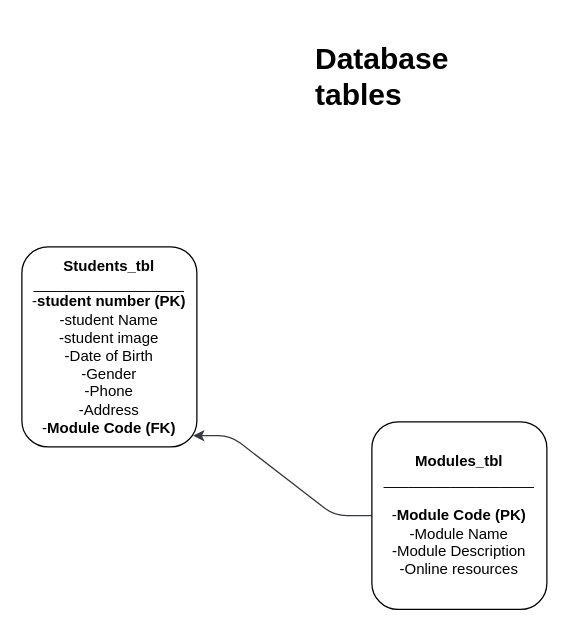
This is Student Management App.drawio from visionaryvjae/Student-Management-Application, a draw.io file, before an edit. Source tidied: cells renumbered, new cells numbered last; positions are measured from the earlier drawing's top-left corner, leaving out a move shared by most shapes. Both pictures are drawn from the tidied source at 125%, with x=0, y=0 at pixel (21, 34).
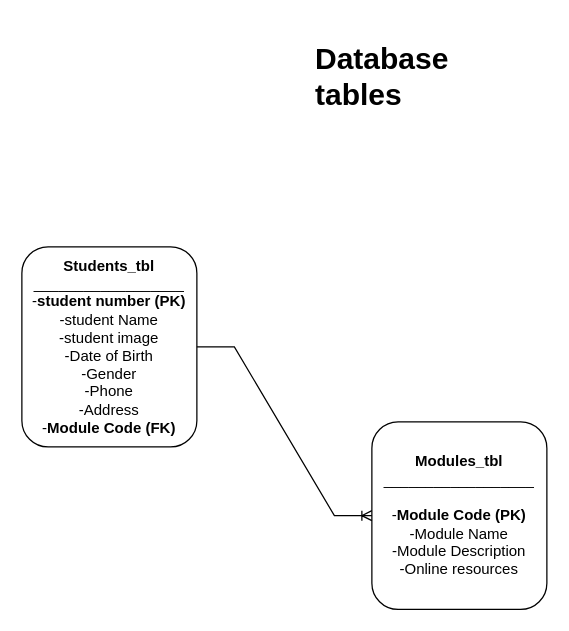
The same diagram, later.

Change to the diagram source:
```diff
@@
 <mxGraphModel>
   <root>
     <mxCell id="0" />
     <mxCell id="1" parent="0" />
     <mxCell id="2" value="&lt;h1&gt;Database tables&lt;/h1&gt;" style="text;html=1;strokeColor=none;fillColor=none;spacing=5;spacingTop=-20;whiteSpace=wrap;overflow=hidden;rounded=0;" parent="1" vertex="1">
       <mxGeometry x="230" width="190" height="120" as="geometry" />
     </mxCell>
     <mxCell id="3" value="&lt;b&gt;Students_tbl&lt;/b&gt;&lt;br&gt;__________________&lt;br&gt;-&lt;b&gt;student number (PK)&lt;/b&gt;&lt;br&gt;-student Name&lt;br&gt;-student image&lt;br&gt;-Date of Birth&lt;br&gt;-Gender&lt;br&gt;-Phone&lt;br&gt;-Address&lt;br&gt;-&lt;b&gt;Module Code (FK)&lt;/b&gt;" style="rounded=1;whiteSpace=wrap;html=1;" parent="1" vertex="1">
       <mxGeometry y="170" width="140" height="160" as="geometry" />
     </mxCell>
-    <mxCell id="4" style="edgeStyle=entityRelationEdgeStyle;rounded=1;jettySize=auto;html=1;exitX=0;exitY=0.5;exitDx=0;exitDy=0;entryX=0.979;entryY=0.944;entryDx=0;entryDy=0;entryPerimeter=0;fillColor=#cce5ff;strokeColor=#36393d;" parent="1" edge="1" source="5" target="3">
-      <mxGeometry relative="1" as="geometry">
-        <Array as="points">
-          <mxPoint x="190" y="390" />
-          <mxPoint x="160" y="321" />
-        </Array>
-      </mxGeometry>
-    </mxCell>
     <mxCell id="5" value="&lt;b&gt;Modules_tbl&lt;/b&gt;&lt;br&gt;__________________&lt;br&gt;&lt;br&gt;-&lt;b&gt;Module Code (PK)&lt;/b&gt;&lt;br&gt;-Module Name&lt;br&gt;-Module Description&lt;br&gt;-Online resources" style="rounded=1;whiteSpace=wrap;html=1;" parent="1" vertex="1">
       <mxGeometry x="280" y="310" width="140" height="150" as="geometry" />
     </mxCell>
+    <mxCell id="6" style="edgeStyle=entityRelationEdgeStyle;fontSize=12;html=1;endArrow=ERoneToMany;rounded=0;entryX=0;entryY=0.5;entryDx=0;entryDy=0;exitX=1;exitY=0.5;exitDx=0;exitDy=0;" parent="1" edge="1" source="3" target="5">
+      <mxGeometry relative="1" as="geometry" />
+    </mxCell>
   </root>
 </mxGraphModel>
```
